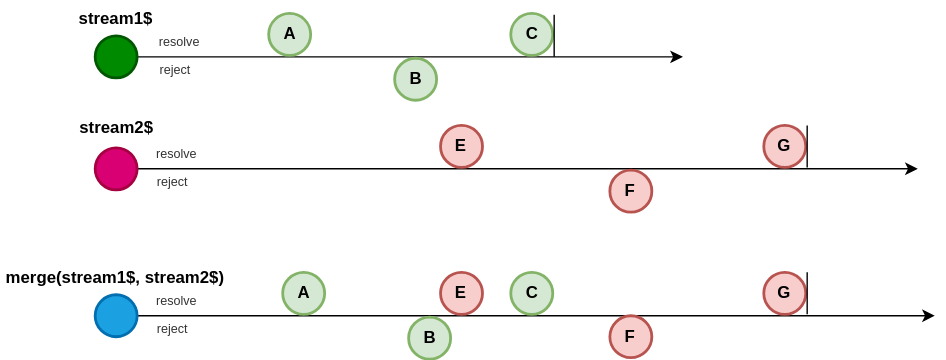
This is docs/public/merge.drawio.svg from fluthjs/fluth-doc, a draw.io export, as it was before one commit. Source tidied: cells renumbered, new cells last; positions are measured from the earlier drawing's top-left corner, leaving out a move shared by most shapes.
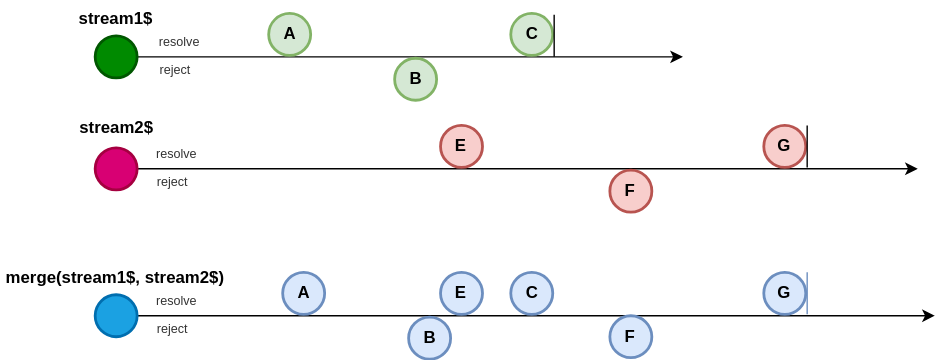
The same diagram one commit later.

Change to the diagram source:
```diff
@@ -68,28 +68,28 @@
     <mxCell id="18" style="ellipse;whiteSpace=wrap;html=1;strokeWidth=2;fontStyle=1;fillColor=#1ba1e2;fontColor=#ffffff;strokeColor=#006EAF;" parent="1" vertex="1">
       <mxGeometry x="67.5" y="210" width="30" height="30" as="geometry" />
     </mxCell>
-    <mxCell id="19" value="A" style="ellipse;whiteSpace=wrap;html=1;strokeWidth=2;fontStyle=1;fillColor=#d5e8d4;strokeColor=#82b366;" parent="1" vertex="1">
+    <mxCell id="19" value="A" style="ellipse;whiteSpace=wrap;html=1;strokeWidth=2;fontStyle=1;fillColor=#dae8fc;strokeColor=#6c8ebf;" parent="1" vertex="1">
       <mxGeometry x="201.5" y="194" width="30" height="30" as="geometry" />
     </mxCell>
-    <mxCell id="20" value="B" style="ellipse;whiteSpace=wrap;html=1;strokeWidth=2;fontStyle=1;fillColor=#d5e8d4;strokeColor=#82b366;" parent="1" vertex="1">
+    <mxCell id="20" value="B" style="ellipse;whiteSpace=wrap;html=1;strokeWidth=2;fontStyle=1;fillColor=#dae8fc;strokeColor=#6c8ebf;" parent="1" vertex="1">
       <mxGeometry x="291.5" y="226" width="30" height="30" as="geometry" />
     </mxCell>
-    <mxCell id="21" value="C" style="ellipse;whiteSpace=wrap;html=1;strokeWidth=2;fontStyle=1;fillColor=#d5e8d4;strokeColor=#82b366;" parent="1" vertex="1">
+    <mxCell id="21" value="C" style="ellipse;whiteSpace=wrap;html=1;strokeWidth=2;fontStyle=1;fillColor=#dae8fc;strokeColor=#6c8ebf;" parent="1" vertex="1">
       <mxGeometry x="364.5" y="194" width="30" height="30" as="geometry" />
     </mxCell>
-    <mxCell id="22" value="F" style="ellipse;whiteSpace=wrap;html=1;strokeWidth=2;fontStyle=1;fillColor=#f8cecc;strokeColor=#b85450;" parent="1" vertex="1">
+    <mxCell id="22" value="F" style="ellipse;whiteSpace=wrap;html=1;strokeWidth=2;fontStyle=1;fillColor=#dae8fc;strokeColor=#6c8ebf;" parent="1" vertex="1">
       <mxGeometry x="435.3" y="225" width="30" height="30" as="geometry" />
     </mxCell>
-    <mxCell id="23" value="G" style="ellipse;whiteSpace=wrap;html=1;strokeWidth=2;fontStyle=1;fillColor=#f8cecc;strokeColor=#b85450;" parent="1" vertex="1">
+    <mxCell id="23" value="G" style="ellipse;whiteSpace=wrap;html=1;strokeWidth=2;fontStyle=1;fillColor=#dae8fc;strokeColor=#6c8ebf;" parent="1" vertex="1">
       <mxGeometry x="545.3" y="194" width="30" height="30" as="geometry" />
     </mxCell>
-    <mxCell id="24" style="endArrow=none;html=1;rounded=0;strokeWidth=1;" parent="1" edge="1">
+    <mxCell id="24" style="endArrow=none;html=1;rounded=0;strokeWidth=1;fillColor=#dae8fc;strokeColor=#6c8ebf;" parent="1" edge="1">
       <mxGeometry relative="1" as="geometry">
         <mxPoint x="576.3" y="224" as="sourcePoint" />
         <mxPoint x="576.3" y="194" as="targetPoint" />
       </mxGeometry>
     </mxCell>
-    <mxCell id="25" value="E" style="ellipse;whiteSpace=wrap;html=1;strokeWidth=2;fontStyle=1;fillColor=#f8cecc;strokeColor=#b85450;" parent="1" vertex="1">
+    <mxCell id="25" value="E" style="ellipse;whiteSpace=wrap;html=1;strokeWidth=2;fontStyle=1;fillColor=#dae8fc;strokeColor=#6c8ebf;" parent="1" vertex="1">
       <mxGeometry x="314.3" y="194" width="30" height="30" as="geometry" />
     </mxCell>
     <mxCell id="26" value="resolve" style="text;html=1;align=center;verticalAlign=middle;whiteSpace=wrap;rounded=0;fontSize=9;fontColor=#333333;" parent="1" vertex="1">
```
